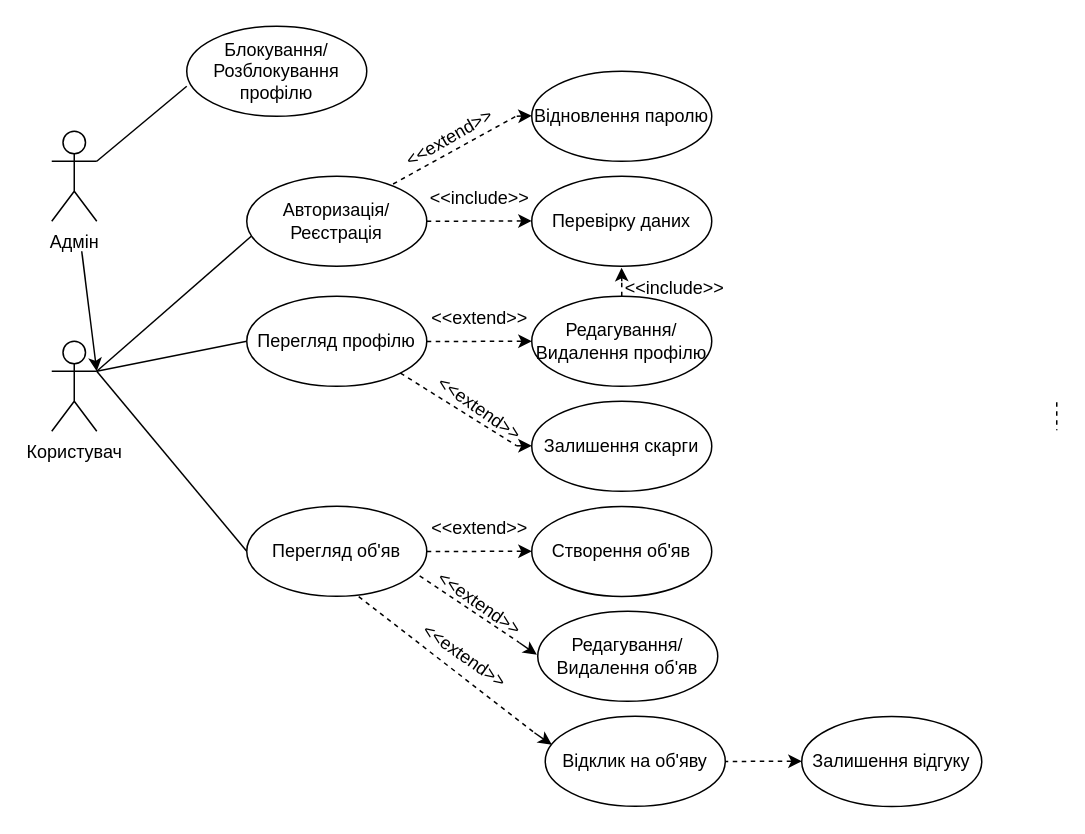
Earlier version of the draw.io diagram Диплом/Use Case.drawio (rezere/1.1). Source tidied: cells renumbered, new cells numbered last; positions are measured from the earlier drawing's top-left corner, leaving out a move shared by most shapes. Both pictures are drawn from the tidied source at 150%, with x=0, y=0 at pixel (51, 26).
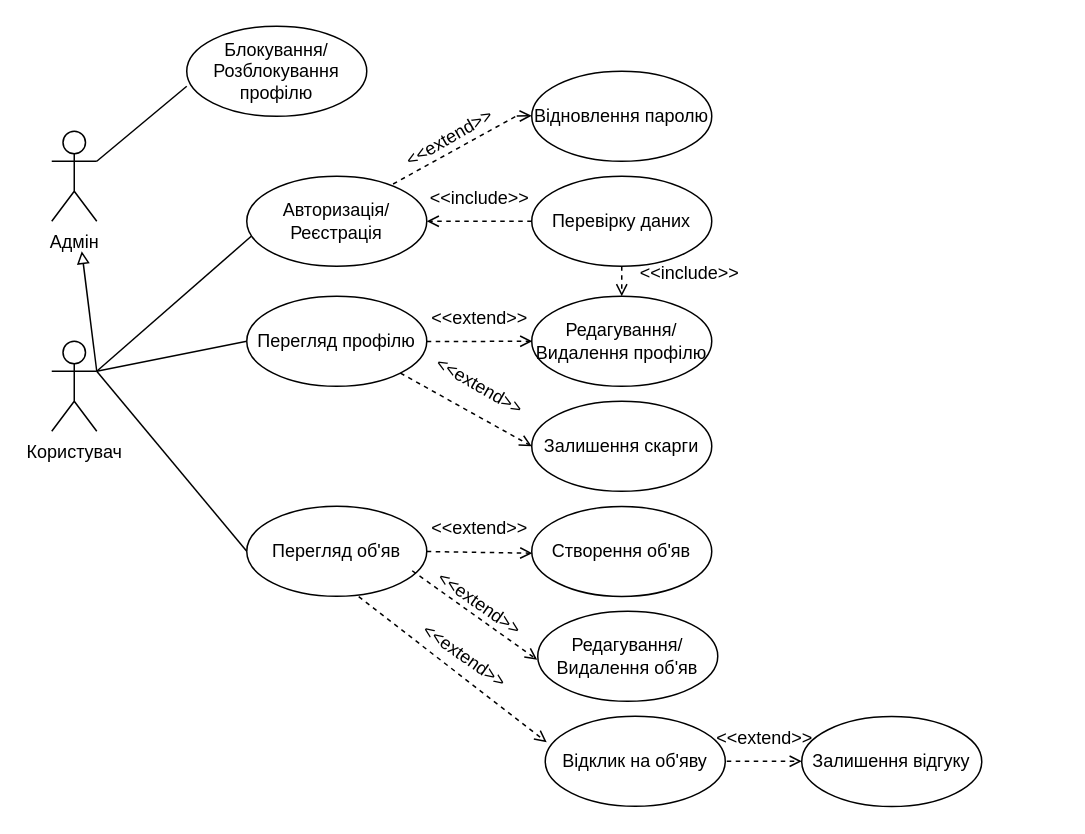
The same diagram, later.

The change refers to these unchanged cells:
```xml
<mxCell id="11" value="Авторизація/Реєстрація" style="ellipse;whiteSpace=wrap;html=1;" parent="1" vertex="1">
  <mxGeometry x="130" y="100" width="120" height="60" as="geometry" />
</mxCell>
<mxCell id="12" value="Перевірку даних" style="ellipse;whiteSpace=wrap;html=1;" parent="1" vertex="1">
  <mxGeometry x="320" y="100" width="120" height="60" as="geometry" />
</mxCell>
<mxCell id="14" value="Перегляд профілю" style="ellipse;whiteSpace=wrap;html=1;" parent="1" vertex="1">
  <mxGeometry x="130" y="180" width="120" height="60" as="geometry" />
</mxCell>
<mxCell id="22" value="Редагування/Видалення профілю" style="ellipse;whiteSpace=wrap;html=1;" parent="1" vertex="1">
  <mxGeometry x="320" y="180" width="120" height="60" as="geometry" />
</mxCell>
<mxCell id="23" value="&amp;lt;&amp;lt;extend&amp;gt;&amp;gt;" style="text;html=1;align=center;verticalAlign=middle;points=[];strokeColor=none;fillColor=none;" parent="1" vertex="1">
  <mxGeometry x="240" y="180" width="90" height="30" as="geometry" />
</mxCell>
<mxCell id="26" value="Залишення скарги" style="ellipse;whiteSpace=wrap;html=1;" parent="1" vertex="1">
  <mxGeometry x="320" y="250" width="120" height="60" as="geometry" />
</mxCell>
<mxCell id="30" value="Перегляд об'яв" style="ellipse;whiteSpace=wrap;html=1;" parent="1" vertex="1">
  <mxGeometry x="130" y="320" width="120" height="60" as="geometry" />
</mxCell>
<mxCell id="35" value="&amp;lt;&amp;lt;extend&amp;gt;&amp;gt;" style="text;html=1;align=center;verticalAlign=middle;points=[];strokeColor=none;fillColor=none;" parent="1" vertex="1">
  <mxGeometry x="240" y="320" width="90" height="30" as="geometry" />
</mxCell>
<mxCell id="40" value="Редагування/Видалення об'яв" style="ellipse;whiteSpace=wrap;html=1;" parent="1" vertex="1">
  <mxGeometry x="324" y="390" width="120" height="60" as="geometry" />
</mxCell>
<mxCell id="42" value="Відклик на об'яву" style="ellipse;whiteSpace=wrap;html=1;" parent="1" vertex="1">
  <mxGeometry x="329" y="460" width="120" height="60" as="geometry" />
</mxCell>
```

Diff of the diagram source:
```diff
@@
-    <mxCell id="2" style="group;" parent="1" vertex="1">
-      <mxGeometry x="430" y="490" width="70" height="0.2" as="geometry" />
-    </mxCell>
-    <mxCell id="3" style="endArrow=none;dashed=1;html=1;rounded=0;exitX=1;exitY=0.5;exitDx=0;exitDy=0;" parent="2" edge="1">
-      <mxGeometry relative="1" as="geometry">
-        <mxPoint y="0.2" as="sourcePoint" />
-        <mxPoint x="60" as="targetPoint" />
-      </mxGeometry>
-    </mxCell>
-    <mxCell id="4" style="endArrow=classic;html=1;rounded=0;" parent="2" edge="1">
-      <mxGeometry relative="1" as="geometry">
-        <mxPoint x="60" as="sourcePoint" />
-        <mxPoint x="70" as="targetPoint" />
-      </mxGeometry>
-    </mxCell>
-    <mxCell id="5" style="group;rotation=45;" parent="1" vertex="1">
-      <mxGeometry x="220" y="400" width="109" height="0.2" as="geometry" />
-    </mxCell>
-    <mxCell id="6" style="endArrow=classic;html=1;rounded=0;" parent="5" edge="1">
-      <mxGeometry relative="1" as="geometry">
-        <mxPoint x="91.8" y="11" as="sourcePoint" />
-        <mxPoint x="103.4" y="19" as="targetPoint" />
-      </mxGeometry>
-    </mxCell>
-    <mxCell id="7" style="endArrow=none;dashed=1;html=1;rounded=0;exitX=1;exitY=0.5;exitDx=0;exitDy=0;" parent="5" edge="1">
-      <mxGeometry relative="1" as="geometry">
-        <mxPoint x="20.3" y="-37" as="sourcePoint" />
-        <mxPoint x="91.8" y="11" as="targetPoint" />
-      </mxGeometry>
-    </mxCell>
@@
-    <mxCell id="10" style="endArrow=none;dashed=1;html=1;rounded=0;" parent="1" edge="1">
-      <mxGeometry relative="1" as="geometry">
-        <mxPoint x="670" y="250.6" as="sourcePoint" />
-        <mxPoint x="670" y="269.4" as="targetPoint" />
-      </mxGeometry>
-    </mxCell>
@@
-    <mxCell id="16" style="endArrow=classic;html=1;rounded=0;" parent="1" edge="1">
-      <mxGeometry relative="1" as="geometry">
-        <mxPoint x="310" y="129.8" as="sourcePoint" />
-        <mxPoint x="320" y="129.8" as="targetPoint" />
-      </mxGeometry>
-    </mxCell>
-    <mxCell id="17" style="endArrow=none;dashed=1;html=1;rounded=0;exitX=1;exitY=0.5;exitDx=0;exitDy=0;" parent="1" edge="1" source="11">
+    <mxCell id="17" style="endArrow=open;dashed=1;html=1;rounded=0;endFill=0;" parent="1" edge="1">
       <mxGeometry relative="1" as="geometry">
-        <mxPoint x="310" y="129.8" as="targetPoint" />
+        <mxPoint x="320" y="130" as="sourcePoint" />
+        <mxPoint x="250" y="130" as="targetPoint" />
       </mxGeometry>
     </mxCell>
@@
-    <mxCell id="19" style="endArrow=classic;html=1;rounded=0;" parent="1" edge="1">
+    <mxCell id="19" style="endArrow=open;html=1;rounded=0;endFill=0;" parent="1" edge="1">
       <mxGeometry relative="1" as="geometry">
-        <mxPoint x="310" y="60" as="sourcePoint" />
-        <mxPoint x="320" y="59.7" as="targetPoint" />
+        <mxPoint x="310" y="59.9" as="sourcePoint" />
+        <mxPoint x="320" y="59.6" as="targetPoint" />
       </mxGeometry>
     </mxCell>
@@
-    <mxCell id="24" style="endArrow=classic;html=1;rounded=0;" parent="1" edge="1">
-      <mxGeometry relative="1" as="geometry">
-        <mxPoint x="310" y="210" as="sourcePoint" />
-        <mxPoint x="320" y="210" as="targetPoint" />
-      </mxGeometry>
-    </mxCell>
-    <mxCell id="25" style="endArrow=none;dashed=1;html=1;rounded=0;exitX=1;exitY=0.5;exitDx=0;exitDy=0;" parent="1" edge="1">
+    <mxCell id="25" style="endArrow=open;dashed=1;html=1;rounded=0;exitX=1;exitY=0.5;exitDx=0;exitDy=0;entryX=0.893;entryY=1;entryDx=0;entryDy=0;entryPerimeter=0;endFill=0;" parent="1" edge="1" target="23">
       <mxGeometry relative="1" as="geometry">
         <mxPoint x="250" y="210.2" as="sourcePoint" />
-        <mxPoint x="310" y="210" as="targetPoint" />
       </mxGeometry>
     </mxCell>
@@
-    <mxCell id="27" style="endArrow=classic;html=1;rounded=0;" parent="1" edge="1">
-      <mxGeometry relative="1" as="geometry">
-        <mxPoint x="310" y="279.7" as="sourcePoint" />
-        <mxPoint x="320" y="279.7" as="targetPoint" />
-      </mxGeometry>
-    </mxCell>
-    <mxCell id="28" style="endArrow=none;dashed=1;html=1;rounded=0;exitX=1;exitY=1;exitDx=0;exitDy=0;" parent="1" edge="1" source="14">
-      <mxGeometry relative="1" as="geometry">
-        <mxPoint x="310" y="279.7" as="targetPoint" />
-      </mxGeometry>
+    <mxCell id="28" style="endArrow=open;dashed=1;html=1;rounded=0;exitX=1;exitY=1;exitDx=0;exitDy=0;entryX=0;entryY=0.5;entryDx=0;entryDy=0;endFill=0;" parent="1" edge="1" source="14" target="26">
+      <mxGeometry relative="1" as="geometry" />
     </mxCell>
-    <mxCell id="29" value="&amp;lt;&amp;lt;extend&amp;gt;&amp;gt;" style="text;html=1;align=center;verticalAlign=middle;strokeColor=none;fillColor=none;rotation=35;" parent="1" vertex="1">
-      <mxGeometry x="240" y="240" width="90" height="30" as="geometry" />
+    <mxCell id="29" value="&amp;lt;&amp;lt;extend&amp;gt;&amp;gt;" style="text;html=1;align=center;verticalAlign=middle;strokeColor=none;fillColor=none;rotation=30;" parent="1" vertex="1">
+      <mxGeometry x="240" y="225" width="90" height="30" as="geometry" />
     </mxCell>
@@
-    <mxCell id="32" style="endArrow=classic;html=1;rounded=0;entryX=0.499;entryY=1.017;entryDx=0;entryDy=0;entryPerimeter=0;" parent="1" edge="1" target="12">
-      <mxGeometry relative="1" as="geometry">
-        <mxPoint x="380" y="170" as="sourcePoint" />
-      </mxGeometry>
-    </mxCell>
-    <mxCell id="33" style="endArrow=none;dashed=1;html=1;rounded=0;exitX=0.5;exitY=0;exitDx=0;exitDy=0;" parent="1" edge="1" source="22">
-      <mxGeometry relative="1" as="geometry">
-        <mxPoint x="380" y="170" as="targetPoint" />
-      </mxGeometry>
+    <mxCell id="33" style="endArrow=open;dashed=1;html=1;rounded=0;exitX=0.5;exitY=1;exitDx=0;exitDy=0;entryX=0.5;entryY=0;entryDx=0;entryDy=0;endFill=0;" parent="1" edge="1" source="12" target="22">
+      <mxGeometry relative="1" as="geometry" />
     </mxCell>
     <mxCell id="34" value="&amp;lt;&amp;lt;include&amp;gt;&amp;gt;" style="text;html=1;align=center;verticalAlign=middle;strokeColor=none;fillColor=none;" parent="1" vertex="1">
-      <mxGeometry x="370" y="160" width="90" height="30" as="geometry" />
+      <mxGeometry x="380" y="150" width="90" height="30" as="geometry" />
     </mxCell>
@@
-    <mxCell id="36" style="group;" parent="1" vertex="1">
-      <mxGeometry x="250" y="350" width="70" height="0.2" as="geometry" />
-    </mxCell>
-    <mxCell id="37" style="endArrow=classic;html=1;rounded=0;" parent="36" edge="1">
-      <mxGeometry relative="1" as="geometry">
-        <mxPoint x="60" as="sourcePoint" />
-        <mxPoint x="70" as="targetPoint" />
-      </mxGeometry>
-    </mxCell>
-    <mxCell id="38" style="endArrow=none;dashed=1;html=1;rounded=0;exitX=1;exitY=0.5;exitDx=0;exitDy=0;" parent="36" edge="1">
-      <mxGeometry relative="1" as="geometry">
-        <mxPoint y="0.2" as="sourcePoint" />
-        <mxPoint x="60" as="targetPoint" />
-      </mxGeometry>
-    </mxCell>
@@
-    <mxCell id="44" style="group;rotation=45;" parent="1" vertex="1">
-      <mxGeometry x="230" y="460" width="109" height="0.2" as="geometry" />
-    </mxCell>
-    <mxCell id="45" style="endArrow=classic;html=1;rounded=0;" parent="44" edge="1">
-      <mxGeometry relative="1" as="geometry">
-        <mxPoint x="91.8" y="11" as="sourcePoint" />
-        <mxPoint x="103.4" y="19" as="targetPoint" />
-      </mxGeometry>
-    </mxCell>
-    <mxCell id="46" style="endArrow=none;dashed=1;html=1;rounded=0;exitX=0.622;exitY=1.004;exitDx=0;exitDy=0;exitPerimeter=0;" parent="44" edge="1" source="30">
-      <mxGeometry relative="1" as="geometry">
-        <mxPoint x="91.8" y="11" as="targetPoint" />
-      </mxGeometry>
-    </mxCell>
@@
-    <mxCell id="49" style="endArrow=classic;html=1;rounded=0;" parent="1" edge="1">
+    <mxCell id="49" style="endArrow=block;html=1;rounded=0;endFill=0;" parent="1" edge="1">
       <mxGeometry relative="1" as="geometry">
-        <mxPoint x="20" y="150" as="sourcePoint" />
-        <mxPoint x="30" y="230" as="targetPoint" />
+        <mxPoint x="30" y="230" as="sourcePoint" />
+        <mxPoint x="20" y="150" as="targetPoint" />
       </mxGeometry>
     </mxCell>
@@
+    <mxCell id="38" style="endArrow=open;dashed=1;html=1;rounded=0;exitX=1;exitY=0.5;exitDx=0;exitDy=0;endFill=0;entryX=0.893;entryY=1.044;entryDx=0;entryDy=0;entryPerimeter=0;" parent="1" edge="1" target="35">
+      <mxGeometry relative="1" as="geometry">
+        <mxPoint x="250" y="350.2" as="sourcePoint" />
+      </mxGeometry>
+    </mxCell>
+    <mxCell id="3" style="endArrow=open;dashed=1;html=1;rounded=0;endFill=0;" parent="1" edge="1">
+      <mxGeometry relative="1" as="geometry">
+        <mxPoint x="450" y="490" as="sourcePoint" />
+        <mxPoint x="500" y="490" as="targetPoint" />
+      </mxGeometry>
+    </mxCell>
+    <mxCell id="52" value="&amp;lt;&amp;lt;extend&amp;gt;&amp;gt;" style="text;html=1;align=center;verticalAlign=middle;strokeColor=none;fillColor=none;" parent="1" vertex="1">
+      <mxGeometry x="430" y="460" width="90" height="30" as="geometry" />
+    </mxCell>
+    <mxCell id="7" style="endArrow=open;dashed=1;html=1;rounded=0;exitX=1;exitY=0.5;exitDx=0;exitDy=0;endFill=0;entryX=-0.003;entryY=0.539;entryDx=0;entryDy=0;entryPerimeter=0;" parent="1" edge="1" target="40">
+      <mxGeometry relative="1" as="geometry">
+        <mxPoint x="240.3" y="363" as="sourcePoint" />
+      </mxGeometry>
+    </mxCell>
+    <mxCell id="46" style="endArrow=open;dashed=1;html=1;rounded=0;exitX=0.622;exitY=1.004;exitDx=0;exitDy=0;exitPerimeter=0;entryX=0.008;entryY=0.289;entryDx=0;entryDy=0;entryPerimeter=0;endFill=0;" parent="1" edge="1" source="30" target="42">
+      <mxGeometry relative="1" as="geometry" />
+    </mxCell>
```
